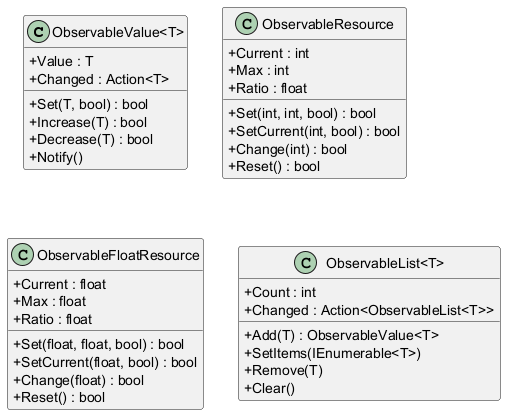
Before: Architecture/diagrams/Observable System.png, a diagram exported from PlantUML (EreliaStudio/Erelia). Source of this version:
```plantuml
@startuml Observable System

skinparam classAttributeIconSize 0
hide empty members

class "ObservableValue<T>" {
  +Value : T
  +Changed : Action<T>
  +Set(T, bool) : bool
  +Increase(T) : bool
  +Decrease(T) : bool
  +Notify()
}

class ObservableResource {
  +Current : int
  +Max : int
  +Ratio : float
  +Set(int, int, bool) : bool
  +SetCurrent(int, bool) : bool
  +Change(int) : bool
  +Reset() : bool
}

class ObservableFloatResource {
  +Current : float
  +Max : float
  +Ratio : float
  +Set(float, float, bool) : bool
  +SetCurrent(float, bool) : bool
  +Change(float) : bool
  +Reset() : bool
}

class "ObservableList<T>" {
  +Count : int
  +Changed : Action<ObservableList<T>>
  +Add(T) : ObservableValue<T>
  +SetItems(IEnumerable<T>)
  +Remove(T)
  +Clear()
}

@enduml
```
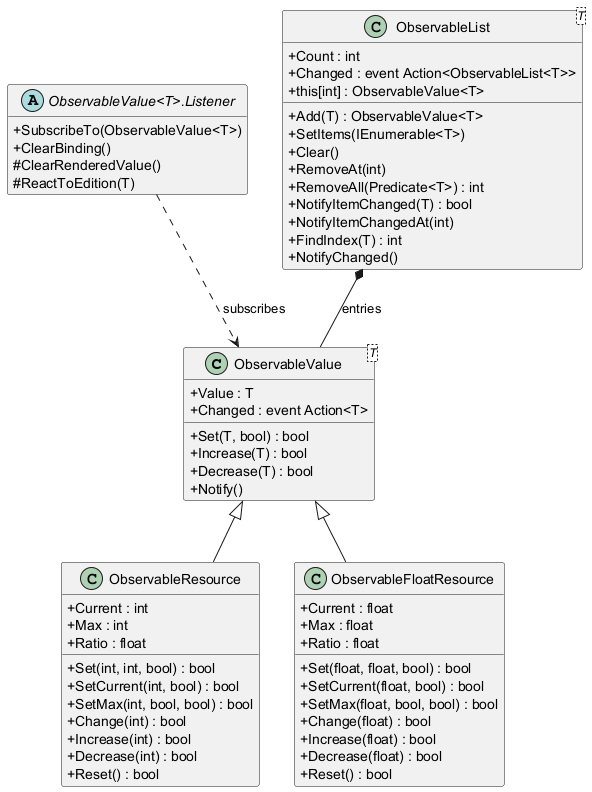
The same diagram one commit later.

Change to the diagram source:
```diff
@@ -1,15 +1,23 @@
 @startuml Observable System
 
 skinparam classAttributeIconSize 0
+skinparam shadowing false
 hide empty members
 
-class "ObservableValue<T>" {
+class "ObservableValue<T>" as ObservableValueT {
   +Value : T
-  +Changed : Action<T>
+  +Changed : event Action<T>
   +Set(T, bool) : bool
   +Increase(T) : bool
   +Decrease(T) : bool
   +Notify()
+}
+
+abstract class "ObservableValue<T>.Listener" as ObservableValueListener {
+  +SubscribeTo(ObservableValue<T>)
+  +ClearBinding()
+  #ClearRenderedValue()
+  #ReactToEdition(T)
 }
 
 class ObservableResource {
@@ -18,7 +26,10 @@
   +Ratio : float
   +Set(int, int, bool) : bool
   +SetCurrent(int, bool) : bool
+  +SetMax(int, bool, bool) : bool
   +Change(int) : bool
+  +Increase(int) : bool
+  +Decrease(int) : bool
   +Reset() : bool
 }
 
@@ -28,17 +39,31 @@
   +Ratio : float
   +Set(float, float, bool) : bool
   +SetCurrent(float, bool) : bool
+  +SetMax(float, bool, bool) : bool
   +Change(float) : bool
+  +Increase(float) : bool
+  +Decrease(float) : bool
   +Reset() : bool
 }
 
-class "ObservableList<T>" {
+class "ObservableList<T>" as ObservableListT {
   +Count : int
-  +Changed : Action<ObservableList<T>>
+  +Changed : event Action<ObservableList<T>>
+  +this[int] : ObservableValue<T>
   +Add(T) : ObservableValue<T>
   +SetItems(IEnumerable<T>)
-  +Remove(T)
   +Clear()
+  +RemoveAt(int)
+  +RemoveAll(Predicate<T>) : int
+  +NotifyItemChanged(T) : bool
+  +NotifyItemChangedAt(int)
+  +FindIndex(T) : int
+  +NotifyChanged()
 }
 
+ObservableValueT <|-- ObservableResource
+ObservableValueT <|-- ObservableFloatResource
+ObservableValueListener ..> ObservableValueT : subscribes
+ObservableListT *-- ObservableValueT : entries
+
 @enduml
```
